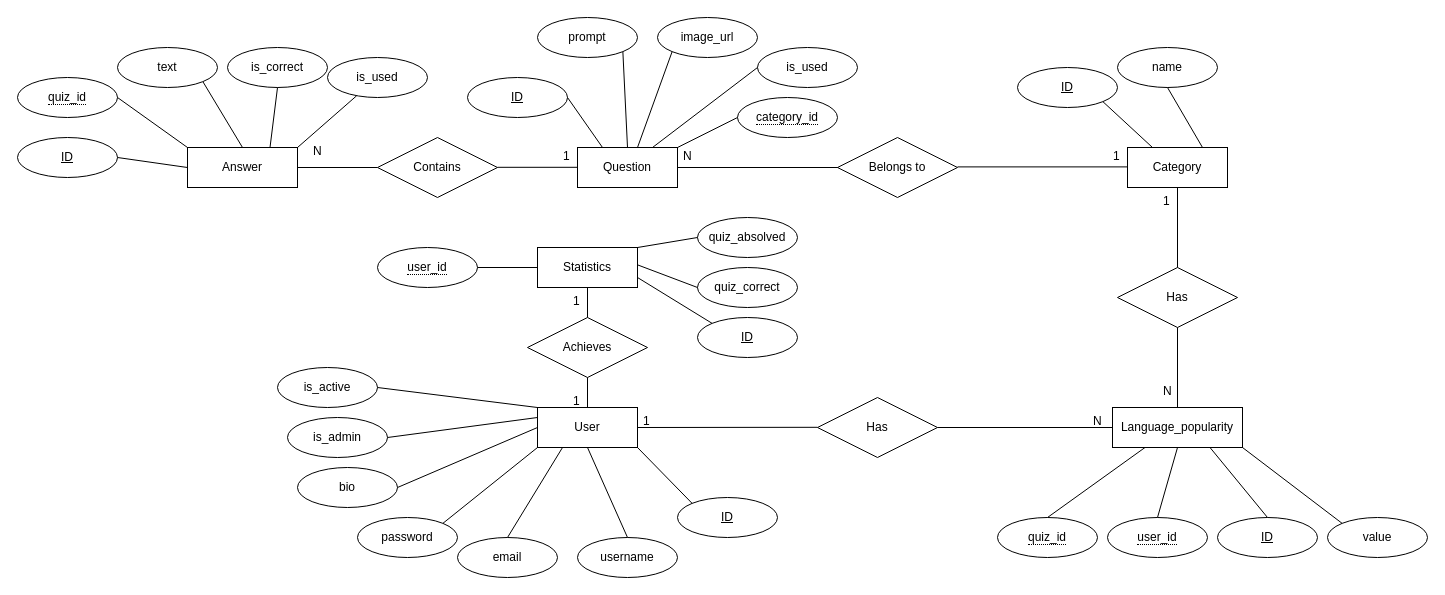
Earlier version of the draw.io diagram kezkousce/ER diagram.drawio (VanRhapsody/PersonalProject). Source tidied: cells renumbered, new cells numbered last; positions are measured from the earlier drawing's top-left corner, leaving out a move shared by most shapes. Both pictures are drawn from the tidied source at 100%, with x=0, y=0 at pixel (17, 17).
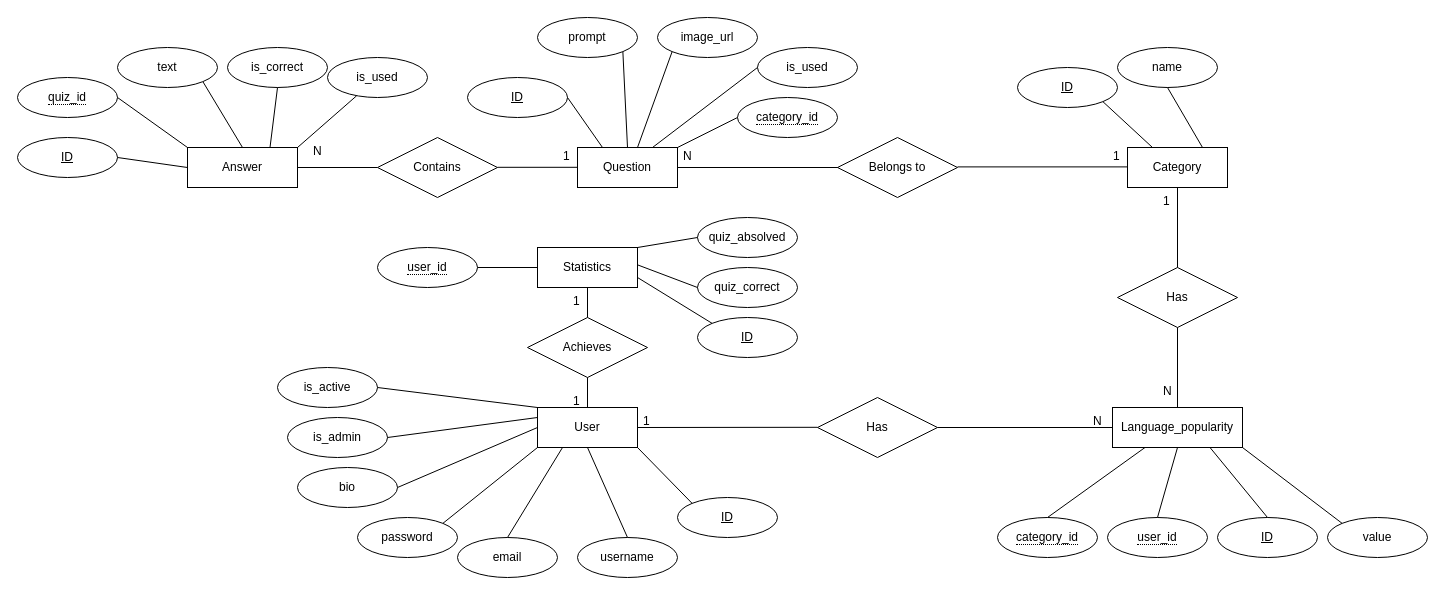
Above is the later version.

Diff of the diagram source:
```diff
@@
-    <mxCell id="43" value="&lt;span style=&quot;border-bottom: 1px dotted&quot;&gt;quiz_id&lt;/span&gt;" style="ellipse;whiteSpace=wrap;html=1;align=center;" parent="1" vertex="1">
+    <mxCell id="43" value="&lt;span style=&quot;border-bottom: 1px dotted&quot;&gt;category_id&lt;/span&gt;" style="ellipse;whiteSpace=wrap;html=1;align=center;" parent="1" vertex="1">
       <mxGeometry x="980" y="500" width="100" height="40" as="geometry" />
     </mxCell>
```
